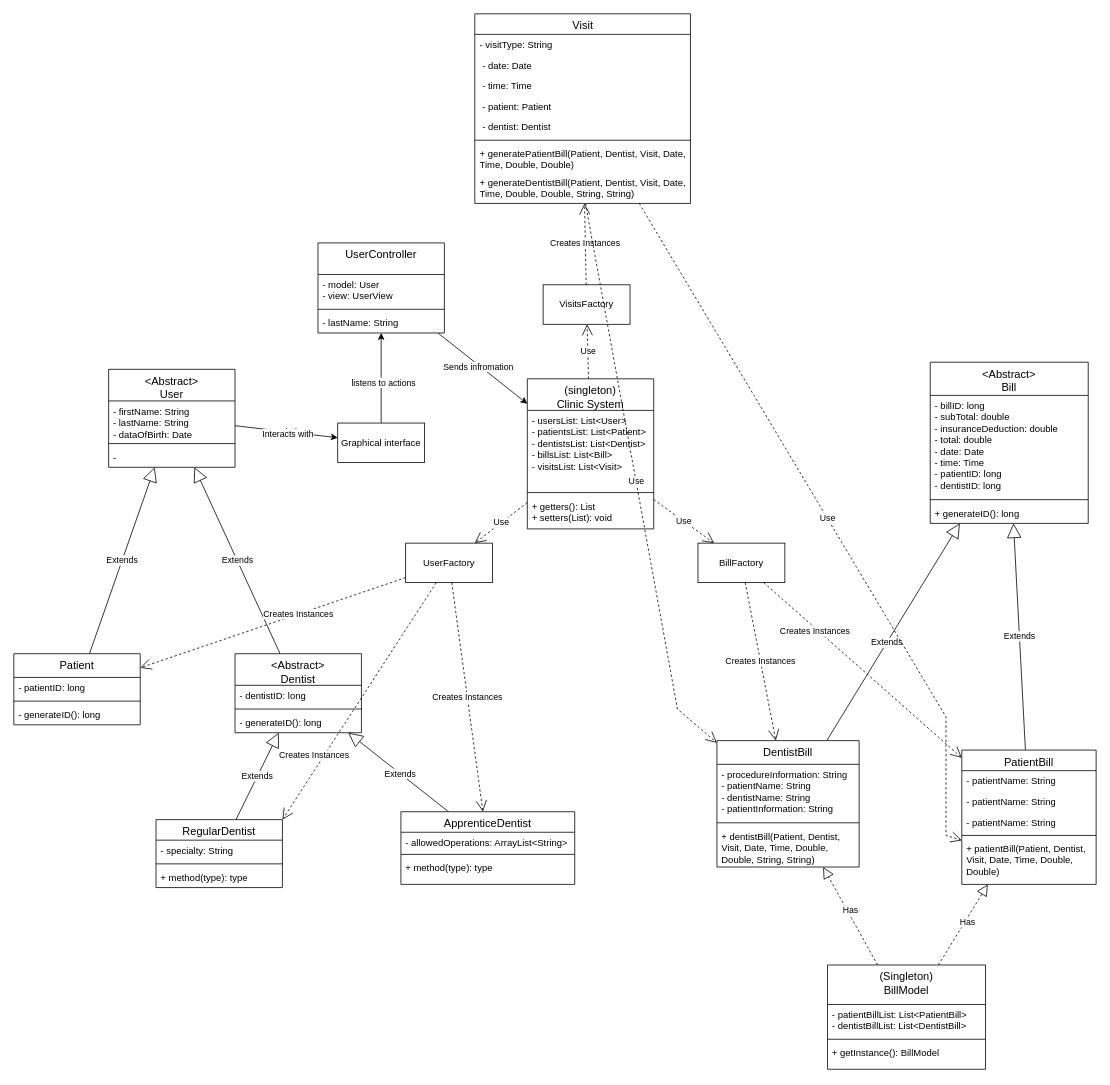
KaiRafie/PatternsProject keeps this draw.io diagram as doc/PPP_class_diagram.drawio. Above is the earlier version. Source tidied: cells renumbered, new cells numbered last; positions are measured from the earlier drawing's top-left corner, leaving out a move shared by most shapes. Both pictures are drawn from the tidied source at 79%, with x=0, y=0 at pixel (13, 13).
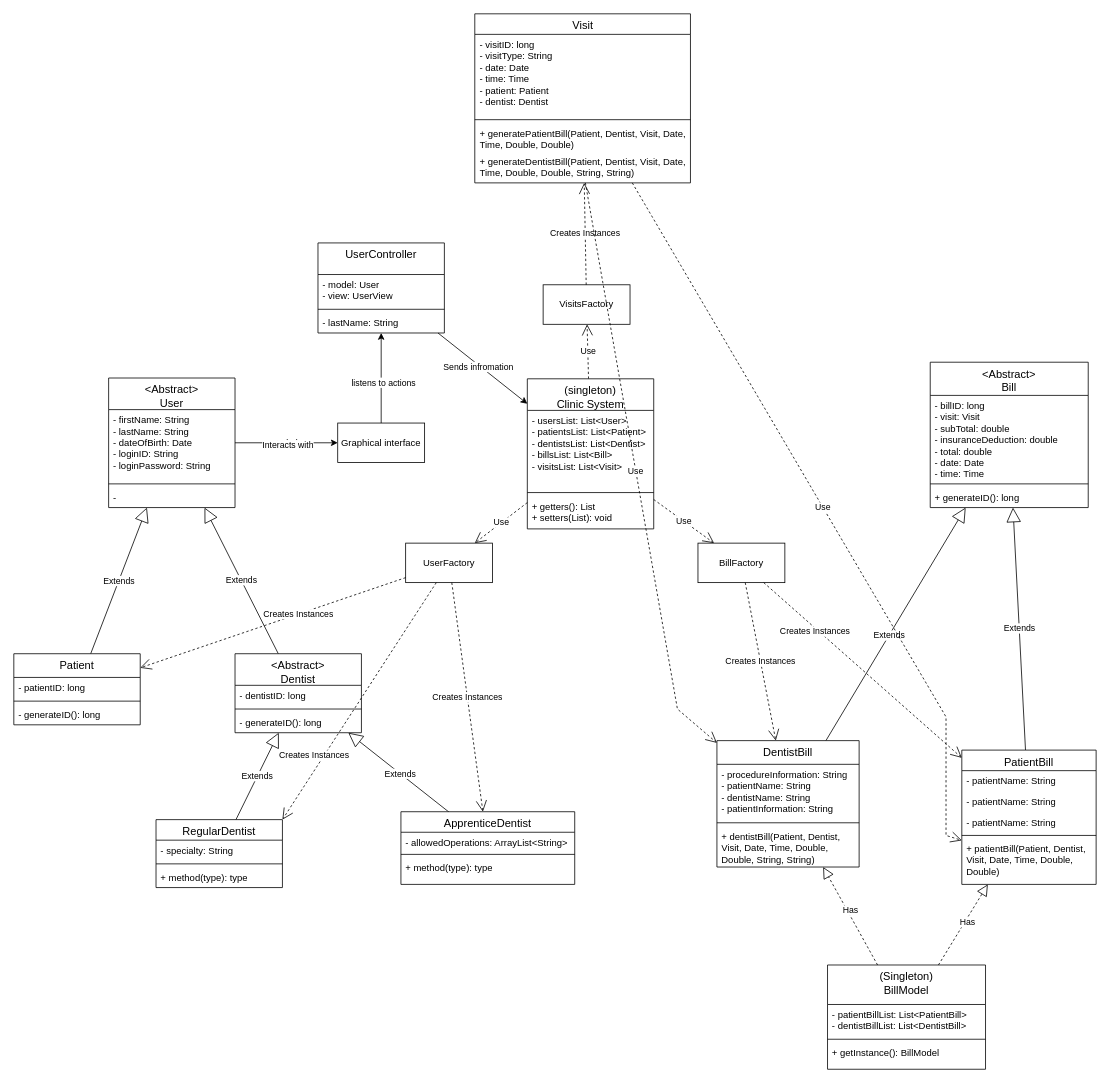
Above is the later version.

Commit message:
changed the class diagram by linking the bill, visit, and users classes differently

The change refers to these unchanged cells:
```xml
<mxCell id="25" style="endArrow=block;dashed=1;endFill=0;endSize=12;html=1;rounded=0;" parent="1" edge="1" source="29" target="33">
  <mxGeometry relative="1" as="geometry" />
</mxCell>
<mxCell id="27" style="endArrow=block;dashed=1;endFill=0;endSize=12;html=1;rounded=0;" parent="1" edge="1" source="29" target="37">
  <mxGeometry relative="1" as="geometry" />
</mxCell>
```

Change to the diagram source:
```diff
@@
-    <mxCell id="26" value="Has" style="edgeLabel;html=1;align=center;verticalAlign=middle;" parent="25" vertex="1">
-      <mxGeometry x="0.08" y="-3" relative="1" as="geometry">
-        <mxPoint y="-1" as="offset" />
-      </mxGeometry>
-    </mxCell>
+    <mxCell id="89" value="Has" style="edgeLabel;html=1;align=center;verticalAlign=middle;" parent="25" vertex="1">
+      <mxGeometry x="0.08" y="-3" relative="1" as="geometry">
+        <mxPoint y="-1" as="offset" />
+      </mxGeometry>
+    </mxCell>
@@
-    <mxCell id="28" value="Has" style="edgeLabel;html=1;align=center;verticalAlign=middle;" parent="27" vertex="1">
-      <mxGeometry x="0.08" y="-3" relative="1" as="geometry">
-        <mxPoint y="-1" as="offset" />
-      </mxGeometry>
-    </mxCell>
+    <mxCell id="90" value="Has" style="edgeLabel;html=1;align=center;verticalAlign=middle;" parent="27" vertex="1">
+      <mxGeometry x="0.08" y="-3" relative="1" as="geometry">
+        <mxPoint y="-1" as="offset" />
+      </mxGeometry>
+    </mxCell>
@@
     <mxCell id="43" value="&lt;div style=&quot;font-size: 14px; font-weight: 400; direction: ltr;&quot;&gt;&amp;lt;Abstract&amp;gt;&lt;/div&gt;&lt;div style=&quot;font-size: 14px; font-weight: 400; direction: ltr;&quot;&gt;Bill&lt;/div&gt;" style="swimlane;fontStyle=1;align=center;verticalAlign=top;horizontal=1;startSize=42;whiteSpace=wrap;html=1;" parent="1" vertex="1">
-      <mxGeometry x="1160" y="441" width="200" height="204" as="geometry" />
+      <mxGeometry x="1160" y="441" width="200" height="184" as="geometry" />
     </mxCell>
-    <mxCell id="44" value="&lt;div&gt;&lt;span style=&quot;text-wrap: nowrap;&quot;&gt;- billID: long&lt;/span&gt;&lt;/div&gt;&lt;span style=&quot;text-wrap: nowrap;&quot;&gt;- subTotal: double&lt;/span&gt;&lt;div style=&quot;text-wrap: nowrap;&quot;&gt;- insuranceDeduction: double&lt;/div&gt;&lt;div style=&quot;text-wrap: nowrap;&quot;&gt;- total: double&lt;/div&gt;&lt;div style=&quot;text-wrap: nowrap;&quot;&gt;- date: Date&lt;/div&gt;&lt;div style=&quot;text-wrap: nowrap;&quot;&gt;- time: Time&lt;/div&gt;&lt;div style=&quot;text-wrap: nowrap;&quot;&gt;- patientID: long&lt;/div&gt;&lt;div style=&quot;text-wrap: nowrap;&quot;&gt;- dentistID: long&lt;/div&gt;" style="text;strokeColor=none;fillColor=none;align=left;verticalAlign=top;spacingLeft=4;spacingRight=4;overflow=hidden;whiteSpace=wrap;html=1;" parent="43" vertex="1">
-      <mxGeometry y="42" width="200" height="128" as="geometry" />
-    </mxCell>
-    <mxCell id="45" style="line;strokeWidth=1;fillColor=none;align=left;verticalAlign=middle;spacingTop=-1;spacingLeft=3;spacingRight=3;labelPosition=right;strokeColor=inherit;" parent="43" vertex="1">
-      <mxGeometry y="170" width="200" height="8" as="geometry" />
-    </mxCell>
+    <mxCell id="91" value="&lt;div&gt;&lt;span style=&quot;text-wrap: nowrap;&quot;&gt;- billID: long&lt;/span&gt;&lt;/div&gt;&lt;div&gt;&lt;span style=&quot;text-wrap: nowrap;&quot;&gt;- visit: Visit&lt;/span&gt;&lt;/div&gt;&lt;span style=&quot;text-wrap: nowrap;&quot;&gt;- subTotal: double&lt;/span&gt;&lt;div style=&quot;text-wrap: nowrap;&quot;&gt;- insuranceDeduction: double&lt;/div&gt;&lt;div style=&quot;text-wrap: nowrap;&quot;&gt;- total: double&lt;/div&gt;&lt;div style=&quot;text-wrap: nowrap;&quot;&gt;- date: Date&lt;/div&gt;&lt;div style=&quot;text-wrap: nowrap;&quot;&gt;- time: Time&lt;/div&gt;" style="text;strokeColor=none;fillColor=none;align=left;verticalAlign=top;spacingLeft=4;spacingRight=4;overflow=hidden;whiteSpace=wrap;html=1;" parent="43" vertex="1">
+      <mxGeometry y="42" width="200" height="108" as="geometry" />
+    </mxCell>
+    <mxCell id="92" style="line;strokeWidth=1;fillColor=none;align=left;verticalAlign=middle;spacingTop=-1;spacingLeft=3;spacingRight=3;labelPosition=right;strokeColor=inherit;" parent="43" vertex="1">
+      <mxGeometry y="150" width="200" height="8" as="geometry" />
+    </mxCell>
     <mxCell id="46" value="+ generateID(): long" style="text;strokeColor=none;fillColor=none;align=left;verticalAlign=top;spacingLeft=4;spacingRight=4;overflow=hidden;whiteSpace=wrap;html=1;" parent="43" vertex="1">
-      <mxGeometry y="178" width="200" height="26" as="geometry" />
+      <mxGeometry y="158" width="200" height="26" as="geometry" />
     </mxCell>
     <mxCell id="47" value="&lt;span style=&quot;font-size: 14px; font-weight: 400;&quot;&gt;Visit&lt;/span&gt;" style="swimlane;fontStyle=1;align=center;verticalAlign=top;horizontal=1;startSize=26;whiteSpace=wrap;html=1;" parent="1" vertex="1">
-      <mxGeometry x="583.5" width="273" height="240" as="geometry" />
+      <mxGeometry x="583.5" width="273" height="214" as="geometry" />
     </mxCell>
-    <mxCell id="48" value="- visitType: String" style="text;strokeColor=none;fillColor=none;align=left;verticalAlign=top;spacingLeft=4;spacingRight=4;overflow=hidden;whiteSpace=wrap;html=1;" parent="47" vertex="1">
-      <mxGeometry y="26" width="273" height="26" as="geometry" />
-    </mxCell>
-    <mxCell id="49" value="&amp;nbsp;- date: Date" style="text;strokeColor=none;fillColor=none;align=left;verticalAlign=top;spacingLeft=4;spacingRight=4;overflow=hidden;whiteSpace=wrap;html=1;" parent="47" vertex="1">
-      <mxGeometry y="52" width="273" height="26" as="geometry" />
-    </mxCell>
-    <mxCell id="50" value="&amp;nbsp;- time: Time" style="text;strokeColor=none;fillColor=none;align=left;verticalAlign=top;spacingLeft=4;spacingRight=4;overflow=hidden;whiteSpace=wrap;html=1;" parent="47" vertex="1">
-      <mxGeometry y="78" width="273" height="26" as="geometry" />
-    </mxCell>
-    <mxCell id="51" value="&amp;nbsp;- patient: Patient&lt;span style=&quot;white-space: pre;&quot;&gt;&#9;&lt;/span&gt;" style="text;strokeColor=none;fillColor=none;align=left;verticalAlign=top;spacingLeft=4;spacingRight=4;overflow=hidden;whiteSpace=wrap;html=1;" parent="47" vertex="1">
-      <mxGeometry y="104" width="273" height="26" as="geometry" />
-    </mxCell>
-    <mxCell id="52" value="&amp;nbsp;- dentist: Dentist" style="text;strokeColor=none;fillColor=none;align=left;verticalAlign=top;spacingLeft=4;spacingRight=4;overflow=hidden;whiteSpace=wrap;html=1;" parent="47" vertex="1">
-      <mxGeometry y="130" width="273" height="26" as="geometry" />
-    </mxCell>
-    <mxCell id="53" style="line;strokeWidth=1;fillColor=none;align=left;verticalAlign=middle;spacingTop=-1;spacingLeft=3;spacingRight=3;labelPosition=right;strokeColor=inherit;" parent="47" vertex="1">
-      <mxGeometry y="156" width="273" height="8" as="geometry" />
-    </mxCell>
+    <mxCell id="93" value="&lt;div&gt;&lt;span style=&quot;background-color: initial;&quot;&gt;- visitID: long&lt;/span&gt;&lt;/div&gt;&lt;div&gt;&lt;span style=&quot;background-color: initial;&quot;&gt;- visitType: String&lt;/span&gt;&lt;/div&gt;&lt;div&gt;&lt;span style=&quot;background-color: initial;&quot;&gt;- date: Date&lt;/span&gt;&lt;/div&gt;&lt;div&gt;&lt;span style=&quot;background-color: initial;&quot;&gt;-&amp;nbsp;&lt;/span&gt;&lt;span style=&quot;background-color: initial;&quot;&gt;time: Time&lt;/span&gt;&lt;/div&gt;&lt;div&gt;- patient: Patient&lt;span style=&quot;background-color: initial;&quot;&gt;&lt;br&gt;&lt;/span&gt;&lt;/div&gt;&lt;div&gt;- dentist: Dentist&lt;br&gt;&lt;/div&gt;" style="text;strokeColor=none;fillColor=none;align=left;verticalAlign=top;spacingLeft=4;spacingRight=4;overflow=hidden;whiteSpace=wrap;html=1;" parent="47" vertex="1">
+      <mxGeometry y="26" width="273" height="104" as="geometry" />
+    </mxCell>
+    <mxCell id="94" style="line;strokeWidth=1;fillColor=none;align=left;verticalAlign=middle;spacingTop=-1;spacingLeft=3;spacingRight=3;labelPosition=right;strokeColor=inherit;" parent="47" vertex="1">
+      <mxGeometry y="130" width="273" height="8" as="geometry" />
+    </mxCell>
     <mxCell id="54" value="+ generatePatientBill(Patient, Dentist, Visit, Date, Time, Double, Double)" style="text;strokeColor=none;fillColor=none;align=left;verticalAlign=top;spacingLeft=4;spacingRight=4;overflow=hidden;whiteSpace=wrap;html=1;" parent="47" vertex="1">
-      <mxGeometry y="164" width="273" height="36" as="geometry" />
+      <mxGeometry y="138" width="273" height="36" as="geometry" />
     </mxCell>
     <mxCell id="55" value="+ generateDentistBill(Patient, Dentist, Visit, Date, Time, Double, Double, String, String)" style="text;strokeColor=none;fillColor=none;align=left;verticalAlign=top;spacingLeft=4;spacingRight=4;overflow=hidden;points=[[0,0.5],[1,0.5]];portConstraint=eastwest;whiteSpace=wrap;html=1;" parent="47" vertex="1">
-      <mxGeometry y="200" width="273" height="40" as="geometry" />
+      <mxGeometry y="174" width="273" height="40" as="geometry" />
     </mxCell>
@@
     <mxCell id="68" value="&lt;div style=&quot;font-size: 14px; font-weight: 400; direction: ltr;&quot;&gt;&amp;lt;Abstract&amp;gt;&lt;br&gt;&lt;/div&gt;&lt;div style=&quot;font-size: 14px; font-weight: 400; direction: ltr;&quot;&gt;User&lt;/div&gt;" style="swimlane;fontStyle=1;align=center;verticalAlign=top;horizontal=1;startSize=40;whiteSpace=wrap;html=1;" parent="1" vertex="1">
-      <mxGeometry x="120" y="450" width="160" height="124" as="geometry" />
+      <mxGeometry x="120" y="461" width="160" height="164" as="geometry" />
     </mxCell>
-    <mxCell id="69" value="- firstName: String&lt;div&gt;- lastName: String&lt;br&gt;&lt;div&gt;- dataOfBirth: Date&lt;br&gt;&lt;/div&gt;&lt;/div&gt;" style="text;strokeColor=none;fillColor=none;align=left;verticalAlign=top;spacingLeft=4;spacingRight=4;overflow=hidden;whiteSpace=wrap;html=1;" parent="68" vertex="1">
-      <mxGeometry y="40" width="160" height="50" as="geometry" />
-    </mxCell>
-    <mxCell id="70" style="line;strokeWidth=1;fillColor=none;align=left;verticalAlign=middle;spacingTop=-1;spacingLeft=3;spacingRight=3;labelPosition=right;strokeColor=inherit;" parent="68" vertex="1">
-      <mxGeometry y="90" width="160" height="8" as="geometry" />
-    </mxCell>
+    <mxCell id="95" value="- firstName: String&lt;div&gt;- lastName: String&lt;br&gt;&lt;div&gt;- dateOfBirth: Date&lt;br&gt;&lt;/div&gt;&lt;/div&gt;&lt;div&gt;- loginID: String&lt;/div&gt;&lt;div&gt;- loginPassword: String&lt;/div&gt;" style="text;strokeColor=none;fillColor=none;align=left;verticalAlign=top;spacingLeft=4;spacingRight=4;overflow=hidden;whiteSpace=wrap;html=1;" parent="68" vertex="1">
+      <mxGeometry y="40" width="160" height="90" as="geometry" />
+    </mxCell>
+    <mxCell id="96" style="line;strokeWidth=1;fillColor=none;align=left;verticalAlign=middle;spacingTop=-1;spacingLeft=3;spacingRight=3;labelPosition=right;strokeColor=inherit;" parent="68" vertex="1">
+      <mxGeometry y="130" width="160" height="8" as="geometry" />
+    </mxCell>
     <mxCell id="71" value="-&amp;nbsp;" style="text;strokeColor=none;fillColor=none;align=left;verticalAlign=top;spacingLeft=4;spacingRight=4;overflow=hidden;whiteSpace=wrap;html=1;" parent="68" vertex="1">
-      <mxGeometry y="98" width="160" height="26" as="geometry" />
+      <mxGeometry y="138" width="160" height="26" as="geometry" />
     </mxCell>
```
